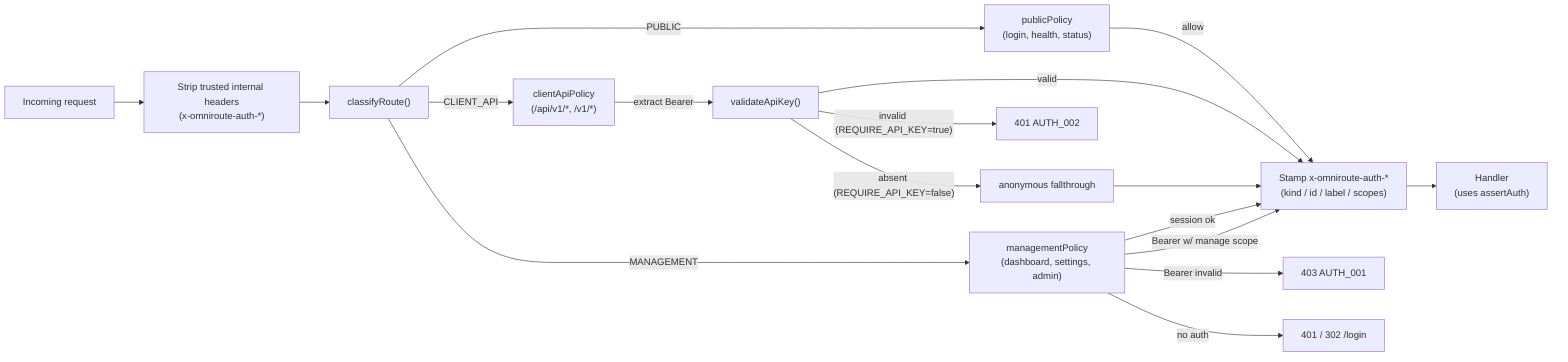
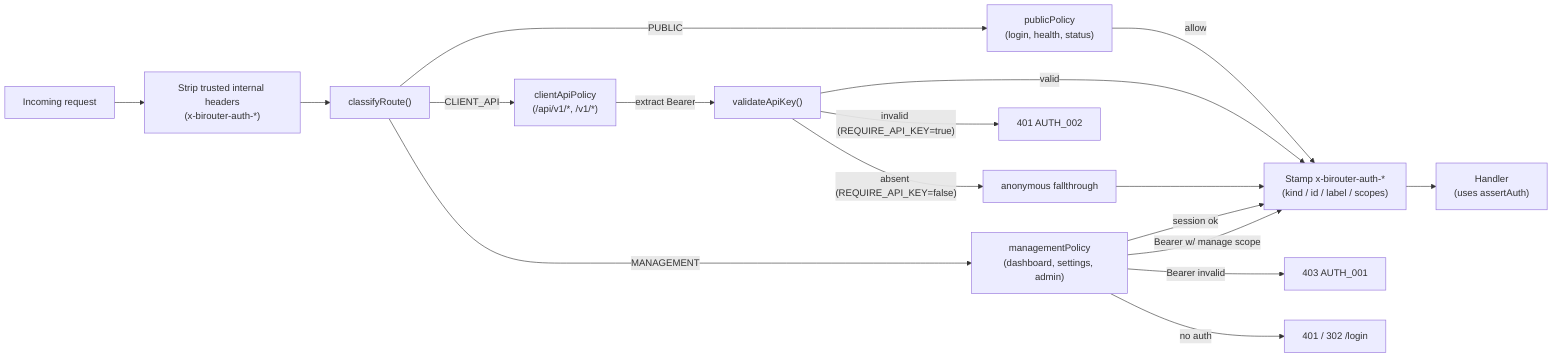
%% AuthZ pipeline (3 route classes + policy evaluation)
%% Reflects: src/middleware.ts, src/server/authz/pipeline.ts,
%%           src/server/authz/policies/{public,clientApi,management}.ts
%% v3.8.0
flowchart LR
-   Req["Incoming request"] --> Strip["Strip trusted internal headers<br/>(x-omniroute-auth-*)"]
+   Req["Incoming request"] --> Strip["Strip trusted internal headers<br/>(x-birouter-auth-*)"]
  Strip --> Classify["classifyRoute()"]
  Classify -->|PUBLIC| PubP["publicPolicy<br/>(login, health, status)"]
  Classify -->|CLIENT_API| CliP["clientApiPolicy<br/>(/api/v1/*, /v1/*)"]
  Classify -->|MANAGEMENT| MgmtP["managementPolicy<br/>(dashboard, settings, admin)"]

-   PubP -->|allow| Stamp["Stamp x-omniroute-auth-*<br/>(kind / id / label / scopes)"]
+   PubP -->|allow| Stamp["Stamp x-birouter-auth-*<br/>(kind / id / label / scopes)"]
  CliP -->|extract Bearer| Validate["validateApiKey()"]
  Validate -->|valid| Stamp
  Validate -->|"invalid (REQUIRE_API_KEY=true)"| Reject401["401 AUTH_002"]
  Validate -->|"absent (REQUIRE_API_KEY=false)"| Anon["anonymous fallthrough"] --> Stamp

  MgmtP -->|session ok| Stamp
  MgmtP -->|Bearer w/ manage scope| Stamp
  MgmtP -->|"Bearer invalid"| Reject403["403 AUTH_001"]
  MgmtP -->|no auth| Reject401Mgmt["401 / 302 /login"]

  Stamp --> Handler["Handler<br/>(uses assertAuth)"]
